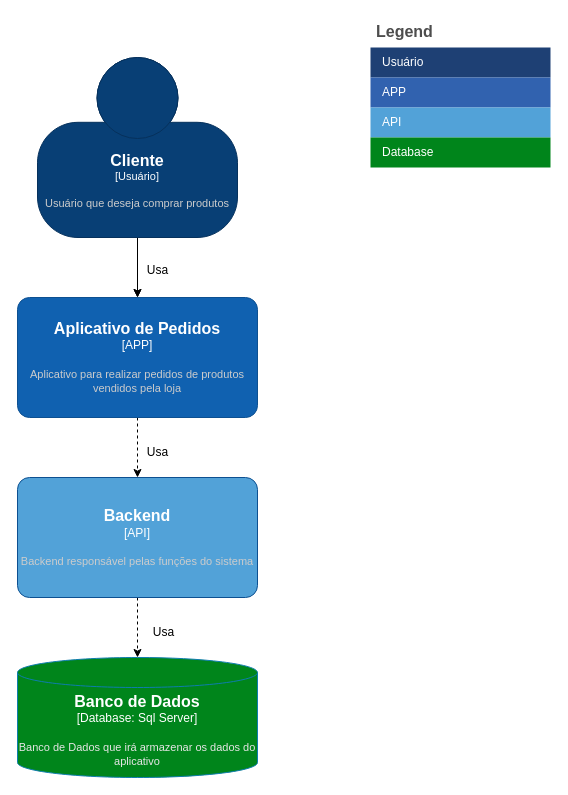
Earlier version of the draw.io diagram page "C1-Model-Contexto" (1 of 3) of Api.drawio (ThiagoSonza/csharp-openapi). Source tidied: cells renumbered, new cells numbered last; positions are measured from the earlier drawing's top-left corner, leaving out a move shared by most shapes. Both pictures are drawn from the tidied source at 100%, with x=0, y=0 at pixel (17, 17).
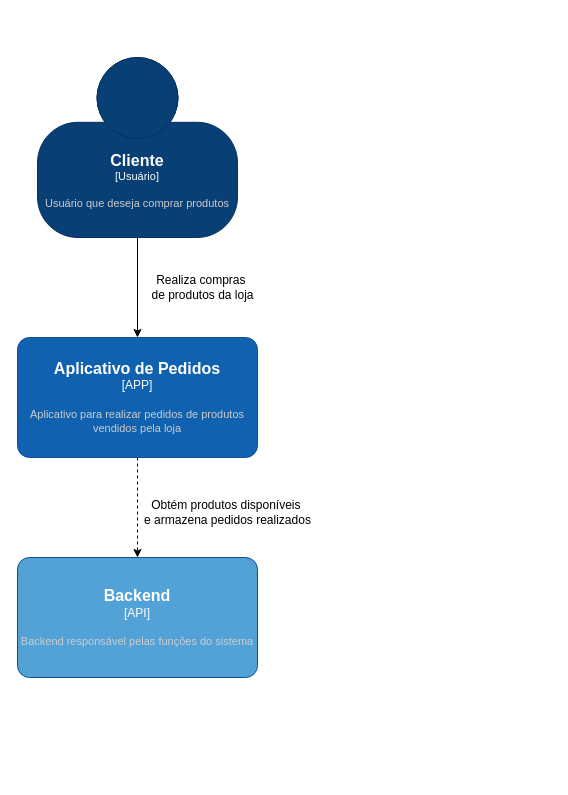
The same diagram, later.

Unchanged cells that the change refers to:
```xml
<object id="4" label="&lt;font style=&quot;font-size: 16px&quot;&gt;&lt;b&gt;%c4Name%&lt;/b&gt;&lt;/font&gt;&lt;div&gt;[%c4Type%]&lt;/div&gt;&lt;br&gt;&lt;div&gt;&lt;font style=&quot;font-size: 11px&quot;&gt;&lt;font color=&quot;#cccccc&quot;&gt;%c4Description%&lt;/font&gt;&lt;/div&gt;" c4Description="Usuário que deseja comprar produtos" c4Name="Cliente" c4Type="Usuário" placeholders="1">
  <mxCell style="html=1;fontSize=11;dashed=0;whiteSpace=wrap;fillColor=#083F75;strokeColor=#06315C;fontColor=#ffffff;shape=mxgraph.c4.person2;align=center;points=[[0.5,0,0],[1,0.5,0],[1,0.75,0],[0.75,1,0],[0.5,1,0],[0.25,1,0],[0,0.75,0],[0,0.5,0]];" parent="1" vertex="1">
    <mxGeometry x="20" y="40" width="200" height="180" as="geometry" />
  </mxCell>
</object>
```

Diff of the diagram source:
```diff
@@
-    <mxCell id="2" style="edgeStyle=orthogonalEdgeStyle;rounded=0;jettySize=auto;html=1;dashed=1;" parent="1" edge="1" source="4" target="15">
-      <mxGeometry relative="1" as="geometry" />
-    </mxCell>
-    <mxCell id="3" style="edgeStyle=orthogonalEdgeStyle;rounded=0;jettySize=auto;html=1;" parent="1" edge="1" source="4" target="15">
-      <mxGeometry relative="1" as="geometry" />
-    </mxCell>
@@
-    <mxCell id="5" value="Legend" style="shape=table;startSize=30;childLayout=tableLayout;fontSize=16;align=left;verticalAlign=top;fillColor=default;strokeColor=none;fontColor=#4D4D4D;fontStyle=1;spacingLeft=6;spacing=0;" parent="1" vertex="1">
-      <mxGeometry x="353" width="180" height="150" as="geometry" />
-    </mxCell>
-    <mxCell id="6" style="shape=tableRow;horizontal=0;startSize=0;swimlaneHead=0;swimlaneBody=0;strokeColor=inherit;top=0;left=0;bottom=0;right=0;fillColor=none;fontSize=12;" parent="5" vertex="1">
-      <mxGeometry y="30" width="180" height="30" as="geometry" />
-    </mxCell>
-    <mxCell id="7" value="Usuário" style="shape=partialRectangle;html=1;whiteSpace=wrap;strokeColor=inherit;overflow=hidden;fillColor=#1E4074;top=0;left=0;bottom=0;right=0;fontSize=12;align=left;fontColor=#FFFFFF;gradientColor=none;spacingLeft=10;spacingRight=4;" parent="6" vertex="1">
-      <mxGeometry width="180" height="30" as="geometry" />
-    </mxCell>
-    <mxCell id="8" style="shape=tableRow;horizontal=0;startSize=0;swimlaneHead=0;swimlaneBody=0;strokeColor=inherit;top=0;left=0;bottom=0;right=0;fillColor=none;fontSize=12;" parent="5" vertex="1">
-      <mxGeometry y="60" width="180" height="30" as="geometry" />
-    </mxCell>
-    <mxCell id="9" value="APP" style="shape=partialRectangle;html=1;whiteSpace=wrap;strokeColor=inherit;overflow=hidden;fillColor=#3162AF;top=0;left=0;bottom=0;right=0;fontSize=12;align=left;fontColor=#FFFFFF;gradientColor=none;spacingLeft=10;spacingRight=4;" parent="8" vertex="1">
-      <mxGeometry width="180" height="30" as="geometry" />
-    </mxCell>
-    <mxCell id="10" style="shape=tableRow;horizontal=0;startSize=0;swimlaneHead=0;swimlaneBody=0;strokeColor=inherit;top=0;left=0;bottom=0;right=0;fillColor=none;fontSize=12;" parent="5" vertex="1">
-      <mxGeometry y="90" width="180" height="30" as="geometry" />
-    </mxCell>
-    <mxCell id="11" value="API" style="shape=partialRectangle;html=1;whiteSpace=wrap;strokeColor=inherit;overflow=hidden;fillColor=#52a2d8;top=0;left=0;bottom=0;right=0;fontSize=12;align=left;fontColor=#FFFFFF;gradientColor=none;spacingLeft=10;spacingRight=4;" parent="10" vertex="1">
-      <mxGeometry width="180" height="30" as="geometry" />
-    </mxCell>
-    <mxCell id="12" style="shape=tableRow;horizontal=0;startSize=0;swimlaneHead=0;swimlaneBody=0;strokeColor=inherit;top=0;left=0;bottom=0;right=0;fillColor=none;fontSize=12;" parent="5" vertex="1">
-      <mxGeometry y="120" width="180" height="30" as="geometry" />
-    </mxCell>
-    <mxCell id="13" value="Database" style="shape=partialRectangle;html=1;whiteSpace=wrap;strokeColor=inherit;overflow=hidden;fillColor=light-dark(#00851b, #008700);top=0;left=0;bottom=0;right=0;fontSize=12;align=left;fontColor=#FFFFFF;gradientColor=none;spacingLeft=10;spacingRight=4;" parent="12" vertex="1">
-      <mxGeometry width="180" height="30" as="geometry" />
-    </mxCell>
@@
     <object id="15" label="&lt;font style=&quot;font-size: 16px&quot;&gt;&lt;b&gt;%c4Name%&lt;/b&gt;&lt;/font&gt;&lt;div&gt;[%c4Type%]&lt;/div&gt;&lt;br&gt;&lt;div&gt;&lt;font style=&quot;font-size: 11px&quot;&gt;&lt;font color=&quot;#cccccc&quot;&gt;%c4Description%&lt;/font&gt;&lt;/div&gt;" c4Description="Aplicativo para realizar pedidos de produtos vendidos pela loja" c4Name="Aplicativo de Pedidos" c4Type="APP" placeholders="1">
       <mxCell style="rounded=1;whiteSpace=wrap;html=1;labelBackgroundColor=none;fillColor=#1061B0;fontColor=#ffffff;align=center;arcSize=10;strokeColor=#0D5091;points=[[0.25,0,0],[0.5,0,0],[0.75,0,0],[1,0.25,0],[1,0.5,0],[1,0.75,0],[0.75,1,0],[0.5,1,0],[0.25,1,0],[0,0.75,0],[0,0.5,0],[0,0.25,0]];" parent="1" vertex="1">
-        <mxGeometry y="280" width="240" height="120" as="geometry" />
+        <mxGeometry y="320" width="240" height="120" as="geometry" />
       </mxCell>
     </object>
-    <mxCell id="16" style="edgeStyle=orthogonalEdgeStyle;rounded=0;jettySize=auto;html=1;dashed=1;" parent="1" edge="1" source="17" target="18">
-      <mxGeometry relative="1" as="geometry" />
-    </mxCell>
     <object id="17" label="&lt;font style=&quot;font-size: 16px&quot;&gt;&lt;b&gt;%c4Name%&lt;/b&gt;&lt;/font&gt;&lt;div&gt;[%c4Type%]&lt;/div&gt;&lt;br&gt;&lt;div&gt;&lt;font style=&quot;font-size: 11px&quot;&gt;&lt;font color=&quot;#cccccc&quot;&gt;%c4Description%&lt;/font&gt;&lt;/div&gt;" c4Description="Backend responsável pelas funções do sistema" c4Name="Backend" c4Type="API" placeholders="1">
       <mxCell style="rounded=1;whiteSpace=wrap;html=1;labelBackgroundColor=none;fillColor=#52A2D8;fontColor=#ffffff;align=center;arcSize=10;strokeColor=#0D5091;points=[[0.25,0,0],[0.5,0,0],[0.75,0,0],[1,0.25,0],[1,0.5,0],[1,0.75,0],[0.75,1,0],[0.5,1,0],[0.25,1,0],[0,0.75,0],[0,0.5,0],[0,0.25,0]];" parent="1" vertex="1">
-        <mxGeometry y="460" width="240" height="120" as="geometry" />
+        <mxGeometry y="540" width="240" height="120" as="geometry" />
       </mxCell>
     </object>
-    <object id="18" label="&lt;font style=&quot;font-size: 16px&quot;&gt;&lt;b&gt;%c4Name%&lt;/b&gt;&lt;/font&gt;&lt;div&gt;[%c4Type%:&amp;nbsp;%c4Technology%]&lt;/div&gt;&lt;br&gt;&lt;div&gt;&lt;font style=&quot;font-size: 11px&quot;&gt;&lt;font color=&quot;#E6E6E6&quot;&gt;%c4Description%&lt;/font&gt;&lt;/div&gt;" c4Description="Banco de Dados que irá armazenar os dados do aplicativo" c4Name="Banco de Dados" c4Technology="Sql Server" c4Type="Database" placeholders="1">
-      <mxCell style="shape=cylinder3;size=15;whiteSpace=wrap;html=1;boundedLbl=1;rounded=0;labelBackgroundColor=none;fillColor=#00851B;fontSize=12;fontColor=#ffffff;align=center;strokeColor=#0E7DAD;points=[[0.5,0,0],[1,0.25,0],[1,0.5,0],[1,0.75,0],[0.5,1,0],[0,0.75,0],[0,0.5,0],[0,0.25,0]];" parent="1" vertex="1">
-        <mxGeometry y="640" width="240" height="120" as="geometry" />
-      </mxCell>
-    </object>
-    <mxCell id="19" value="Usa" style="text;html=1;align=center;verticalAlign=middle;strokeColor=none;fillColor=none;" parent="1" vertex="1">
-      <mxGeometry x="120" y="238" width="40" height="30" as="geometry" />
-    </mxCell>
-    <mxCell id="20" value="Usa" style="text;html=1;align=center;verticalAlign=middle;strokeColor=none;fillColor=none;" parent="1" vertex="1">
-      <mxGeometry x="120" y="420" width="40" height="30" as="geometry" />
+    <mxCell id="20" value="Obtém produtos disponíveis&amp;nbsp;&lt;div&gt;e armazena pedidos realizados&lt;/div&gt;" style="text;html=1;align=center;verticalAlign=middle;strokeColor=none;fillColor=none;" parent="1" vertex="1">
+      <mxGeometry x="115" y="475" width="190" height="40" as="geometry" />
     </mxCell>
-    <mxCell id="21" value="Usa" style="text;html=1;align=center;verticalAlign=middle;strokeColor=none;fillColor=none;" parent="1" vertex="1">
-      <mxGeometry x="126" y="600" width="40" height="30" as="geometry" />
-    </mxCell>
+    <mxCell id="22" style="edgeStyle=orthogonalEdgeStyle;rounded=0;jettySize=auto;html=1;entryX=0.5;entryY=0;entryDx=0;entryDy=0;entryPerimeter=0;" parent="1" edge="1" source="4" target="15">
+      <mxGeometry relative="1" as="geometry" />
+    </mxCell>
+    <mxCell id="23" value="Realiza compras&amp;nbsp;&lt;div&gt;de produtos da loja&lt;/div&gt;" style="text;html=1;align=center;verticalAlign=middle;strokeColor=none;fillColor=none;" parent="1" vertex="1">
+      <mxGeometry x="120" y="250" width="130" height="40" as="geometry" />
+    </mxCell>
```
